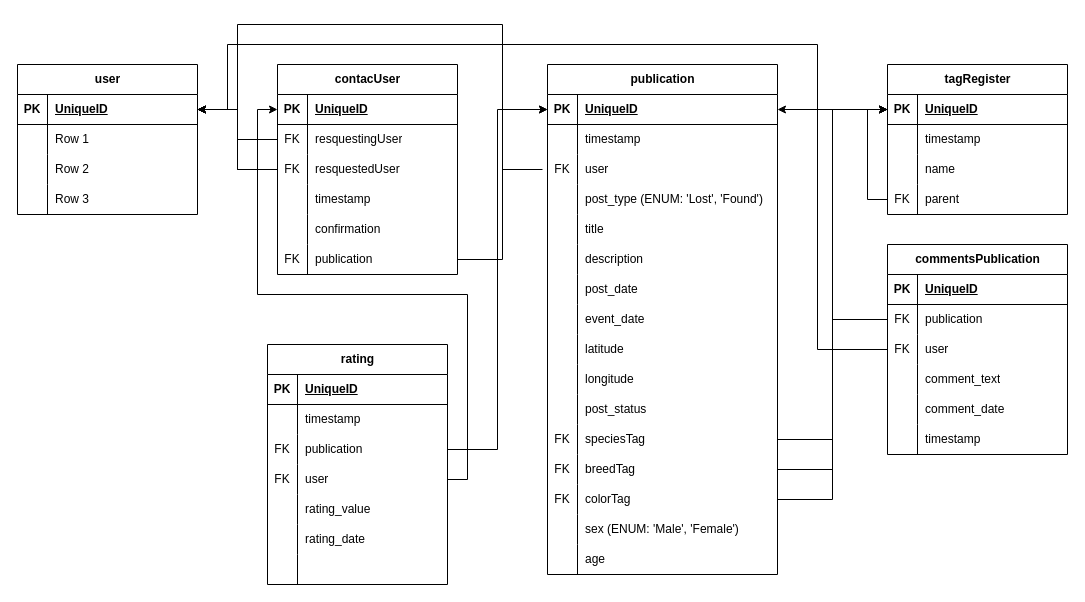
Earlier version of the draw.io diagram draw.io/base-de-datos/entidades_contacto_publicaciones.drawio (drakuno/diagramas-patitas). Source tidied: cells renumbered, new cells numbered last; positions are measured from the earlier drawing's top-left corner, leaving out a move shared by most shapes. Both pictures are drawn from the tidied source at 100%, with x=0, y=0 at pixel (17, 24).
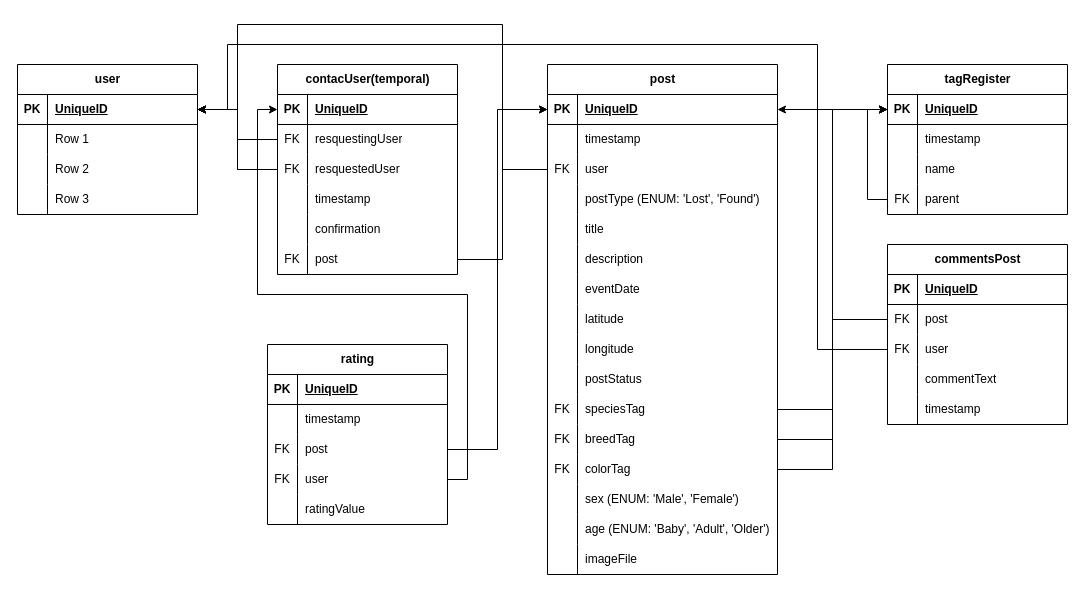
Above is the later version.

Unchanged cells that the change refers to:
```xml
<mxCell id="20" style="shape=tableRow;horizontal=0;startSize=0;swimlaneHead=0;swimlaneBody=0;fillColor=none;points=[[0,0.5],[1,0.5]];portConstraint=eastwest;top=0;left=0;right=0;bottom=0;" parent="4" vertex="1">
  <mxGeometry y="180" width="180" height="30" as="geometry" />
</mxCell>
<mxCell id="25" style="shape=tableRow;horizontal=0;startSize=0;swimlaneHead=0;swimlaneBody=0;fillColor=none;points=[[0,0.5],[1,0.5]];portConstraint=eastwest;top=0;left=0;right=0;bottom=1;" parent="24" vertex="1">
  <mxGeometry y="30" width="180" height="30" as="geometry" />
</mxCell>
<mxCell id="45" style="shape=tableRow;horizontal=0;startSize=0;swimlaneHead=0;swimlaneBody=0;fillColor=none;points=[[0,0.5],[1,0.5]];portConstraint=eastwest;top=0;left=0;right=0;bottom=0;" parent="38" vertex="1">
  <mxGeometry y="90" width="230" height="30" as="geometry" />
</mxCell>
<mxCell id="48" style="shape=tableRow;horizontal=0;startSize=0;swimlaneHead=0;swimlaneBody=0;fillColor=none;top=0;left=0;right=0;bottom=0;" parent="38" vertex="1">
  <mxGeometry y="120" width="230" height="30" as="geometry" />
</mxCell>
<mxCell id="109" style="shape=tableRow;horizontal=0;startSize=0;swimlaneHead=0;swimlaneBody=0;fillColor=none;points=[[0,0.5],[1,0.5]];portConstraint=eastwest;top=0;left=0;right=0;bottom=0;" parent="105" vertex="1">
  <mxGeometry y="60" width="180" height="30" as="geometry" />
</mxCell>
<mxCell id="115" style="shape=tableRow;horizontal=0;startSize=0;swimlaneHead=0;swimlaneBody=0;fillColor=none;top=0;left=0;right=0;bottom=0;" parent="105" vertex="1">
  <mxGeometry y="120" width="180" height="30" as="geometry" />
</mxCell>
<mxCell id="132" style="shape=tableRow;horizontal=0;startSize=0;swimlaneHead=0;swimlaneBody=0;fillColor=none;points=[[0,0.5],[1,0.5]];portConstraint=eastwest;top=0;left=0;right=0;bottom=0;" parent="125" vertex="1">
  <mxGeometry y="90" width="180" height="30" as="geometry" />
</mxCell>
<mxCell id="138" style="shape=tableRow;horizontal=0;startSize=0;swimlaneHead=0;swimlaneBody=0;fillColor=none;top=0;left=0;right=0;bottom=0;" parent="125" vertex="1">
  <mxGeometry y="150" width="180" height="30" as="geometry" />
</mxCell>
```

What changed in the source:
```diff
@@
-    <mxCell id="4" value="contacUser" style="shape=table;startSize=30;childLayout=tableLayout;rowLines=0;fontStyle=1;align=center;html=1;" parent="1" vertex="1">
+    <mxCell id="4" value="contacUser(temporal)" style="shape=table;startSize=30;childLayout=tableLayout;rowLines=0;fontStyle=1;align=center;html=1;" parent="1" vertex="1">
       <mxGeometry x="260" y="40" width="180" height="210" as="geometry" />
     </mxCell>
@@
-    <mxCell id="22" value="publication" style="shape=partialRectangle;fillColor=none;top=0;left=0;bottom=0;right=0;align=left;spacingLeft=6;overflow=hidden;whiteSpace=wrap;html=1;" parent="20" vertex="1">
+    <mxCell id="22" value="post" style="shape=partialRectangle;fillColor=none;top=0;left=0;bottom=0;right=0;align=left;spacingLeft=6;overflow=hidden;whiteSpace=wrap;html=1;" parent="20" vertex="1">
       <mxGeometry x="30" width="150" height="30" as="geometry" />
     </mxCell>
@@
-    <mxCell id="38" value="publication" style="shape=table;startSize=30;childLayout=tableLayout;rowLines=0;fontStyle=1;align=center;html=1;" parent="1" vertex="1">
+    <mxCell id="38" value="post" style="shape=table;startSize=30;childLayout=tableLayout;rowLines=0;fontStyle=1;align=center;html=1;" parent="1" vertex="1">
       <mxGeometry x="530" y="40" width="230" height="510" as="geometry" />
     </mxCell>
@@
-    <mxCell id="50" value="post_type (ENUM: 'Lost', 'Found')" style="shape=partialRectangle;fillColor=none;top=0;left=0;bottom=0;right=0;align=left;spacingLeft=6;overflow=hidden;whiteSpace=wrap;html=1;" parent="48" vertex="1">
+    <mxCell id="50" value="postType (ENUM: 'Lost', 'Found')" style="shape=partialRectangle;fillColor=none;top=0;left=0;bottom=0;right=0;align=left;spacingLeft=6;overflow=hidden;whiteSpace=wrap;html=1;" parent="48" vertex="1">
       <mxGeometry x="30" width="200" height="30" as="geometry" />
     </mxCell>
@@
-    <mxCell id="57" style="shape=tableRow;horizontal=0;startSize=0;swimlaneHead=0;swimlaneBody=0;fillColor=none;top=0;left=0;right=0;bottom=0;" parent="38" vertex="1">
-      <mxGeometry y="210" width="230" height="30" as="geometry" />
-    </mxCell>
-    <mxCell id="58" style="shape=partialRectangle;fillColor=none;top=0;left=0;bottom=0;right=0;overflow=hidden;whiteSpace=wrap;html=1;" parent="57" vertex="1">
-      <mxGeometry width="30" height="30" as="geometry" />
-    </mxCell>
-    <mxCell id="59" value="post_date" style="shape=partialRectangle;fillColor=none;top=0;left=0;bottom=0;right=0;align=left;spacingLeft=6;overflow=hidden;whiteSpace=wrap;html=1;" parent="57" vertex="1">
-      <mxGeometry x="30" width="200" height="30" as="geometry" />
-    </mxCell>
     <mxCell id="60" style="shape=tableRow;horizontal=0;startSize=0;swimlaneHead=0;swimlaneBody=0;fillColor=none;top=0;left=0;right=0;bottom=0;" parent="38" vertex="1">
-      <mxGeometry y="240" width="230" height="30" as="geometry" />
+      <mxGeometry y="210" width="230" height="30" as="geometry" />
     </mxCell>
@@
-    <mxCell id="62" value="event_date" style="shape=partialRectangle;fillColor=none;top=0;left=0;bottom=0;right=0;align=left;spacingLeft=6;overflow=hidden;whiteSpace=wrap;html=1;" parent="60" vertex="1">
+    <mxCell id="62" value="eventDate" style="shape=partialRectangle;fillColor=none;top=0;left=0;bottom=0;right=0;align=left;spacingLeft=6;overflow=hidden;whiteSpace=wrap;html=1;" parent="60" vertex="1">
       <mxGeometry x="30" width="200" height="30" as="geometry" />
     </mxCell>
     <mxCell id="63" style="shape=tableRow;horizontal=0;startSize=0;swimlaneHead=0;swimlaneBody=0;fillColor=none;top=0;left=0;right=0;bottom=0;" parent="38" vertex="1">
-      <mxGeometry y="270" width="230" height="30" as="geometry" />
+      <mxGeometry y="240" width="230" height="30" as="geometry" />
     </mxCell>
@@
     <mxCell id="66" style="shape=tableRow;horizontal=0;startSize=0;swimlaneHead=0;swimlaneBody=0;fillColor=none;top=0;left=0;right=0;bottom=0;" parent="38" vertex="1">
-      <mxGeometry y="300" width="230" height="30" as="geometry" />
+      <mxGeometry y="270" width="230" height="30" as="geometry" />
     </mxCell>
@@
     <mxCell id="69" style="shape=tableRow;horizontal=0;startSize=0;swimlaneHead=0;swimlaneBody=0;fillColor=none;top=0;left=0;right=0;bottom=0;" parent="38" vertex="1">
-      <mxGeometry y="330" width="230" height="30" as="geometry" />
+      <mxGeometry y="300" width="230" height="30" as="geometry" />
     </mxCell>
@@
-    <mxCell id="71" value="post_status" style="shape=partialRectangle;fillColor=none;top=0;left=0;bottom=0;right=0;align=left;spacingLeft=6;overflow=hidden;whiteSpace=wrap;html=1;" parent="69" vertex="1">
+    <mxCell id="71" value="postStatus" style="shape=partialRectangle;fillColor=none;top=0;left=0;bottom=0;right=0;align=left;spacingLeft=6;overflow=hidden;whiteSpace=wrap;html=1;" parent="69" vertex="1">
       <mxGeometry x="30" width="200" height="30" as="geometry" />
     </mxCell>
     <mxCell id="72" style="shape=tableRow;horizontal=0;startSize=0;swimlaneHead=0;swimlaneBody=0;fillColor=none;points=[[0,0.5],[1,0.5]];portConstraint=eastwest;top=0;left=0;right=0;bottom=0;" parent="38" vertex="1">
-      <mxGeometry y="360" width="230" height="30" as="geometry" />
+      <mxGeometry y="330" width="230" height="30" as="geometry" />
     </mxCell>
@@
     <mxCell id="75" style="shape=tableRow;horizontal=0;startSize=0;swimlaneHead=0;swimlaneBody=0;fillColor=none;points=[[0,0.5],[1,0.5]];portConstraint=eastwest;top=0;left=0;right=0;bottom=0;" parent="38" vertex="1">
-      <mxGeometry y="390" width="230" height="30" as="geometry" />
+      <mxGeometry y="360" width="230" height="30" as="geometry" />
     </mxCell>
@@
     <mxCell id="78" style="shape=tableRow;horizontal=0;startSize=0;swimlaneHead=0;swimlaneBody=0;fillColor=none;points=[[0,0.5],[1,0.5]];portConstraint=eastwest;top=0;left=0;right=0;bottom=0;" parent="38" vertex="1">
-      <mxGeometry y="420" width="230" height="30" as="geometry" />
+      <mxGeometry y="390" width="230" height="30" as="geometry" />
     </mxCell>
@@
     <mxCell id="81" style="shape=tableRow;horizontal=0;startSize=0;swimlaneHead=0;swimlaneBody=0;fillColor=none;top=0;left=0;right=0;bottom=0;" parent="38" vertex="1">
-      <mxGeometry y="450" width="230" height="30" as="geometry" />
+      <mxGeometry y="420" width="230" height="30" as="geometry" />
     </mxCell>
@@
     <mxCell id="84" style="shape=tableRow;horizontal=0;startSize=0;swimlaneHead=0;swimlaneBody=0;fillColor=none;top=0;left=0;right=0;bottom=0;" parent="38" vertex="1">
-      <mxGeometry y="480" width="230" height="30" as="geometry" />
+      <mxGeometry y="450" width="230" height="30" as="geometry" />
     </mxCell>
@@
-    <mxCell id="86" value="age" style="shape=partialRectangle;fillColor=none;top=0;left=0;bottom=0;right=0;align=left;spacingLeft=6;overflow=hidden;whiteSpace=wrap;html=1;" parent="84" vertex="1">
+    <mxCell id="86" value="age (ENUM: 'Baby', 'Adult', 'Older')" style="shape=partialRectangle;fillColor=none;top=0;left=0;bottom=0;right=0;align=left;spacingLeft=6;overflow=hidden;whiteSpace=wrap;html=1;" parent="84" vertex="1">
       <mxGeometry x="30" width="200" height="30" as="geometry" />
     </mxCell>
+    <mxCell id="150" style="shape=tableRow;horizontal=0;startSize=0;swimlaneHead=0;swimlaneBody=0;fillColor=none;top=0;left=0;right=0;bottom=0;" parent="38" vertex="1">
+      <mxGeometry y="480" width="230" height="30" as="geometry" />
+    </mxCell>
+    <mxCell id="151" style="shape=partialRectangle;fillColor=none;top=0;left=0;bottom=0;right=0;overflow=hidden;whiteSpace=wrap;html=1;" parent="150" vertex="1">
+      <mxGeometry width="30" height="30" as="geometry" />
+    </mxCell>
+    <mxCell id="152" value="imageFile" style="shape=partialRectangle;fillColor=none;top=0;left=0;bottom=0;right=0;align=left;spacingLeft=6;overflow=hidden;whiteSpace=wrap;html=1;" parent="150" vertex="1">
+      <mxGeometry x="30" width="200" height="30" as="geometry" />
+    </mxCell>
@@
-    <mxCell id="101" style="edgeStyle=orthogonalEdgeStyle;rounded=0;jettySize=auto;html=1;entryX=1;entryY=0.5;entryDx=0;entryDy=0;" parent="1" edge="1" target="25">
+    <mxCell id="101" style="edgeStyle=orthogonalEdgeStyle;rounded=0;jettySize=auto;html=1;entryX=1;entryY=0.5;entryDx=0;entryDy=0;exitX=0;exitY=0.5;exitDx=0;exitDy=0;" parent="1" edge="1" source="45" target="25">
       <mxGeometry relative="1" as="geometry">
-        <mxPoint x="525" y="145" as="sourcePoint" />
         <Array as="points">
           <mxPoint x="485" y="145" />
           <mxPoint x="485" />
           <mxPoint x="220" />
           <mxPoint x="220" y="85" />
         </Array>
       </mxGeometry>
     </mxCell>
@@
-    <mxCell id="105" value="commentsPublication" style="shape=table;startSize=30;childLayout=tableLayout;rowLines=0;fontStyle=1;align=center;html=1;" parent="1" vertex="1">
-      <mxGeometry x="870" y="220" width="180" height="210" as="geometry" />
+    <mxCell id="105" value="commentsPost" style="shape=table;startSize=30;childLayout=tableLayout;rowLines=0;fontStyle=1;align=center;html=1;" parent="1" vertex="1">
+      <mxGeometry x="870" y="220" width="180" height="180" as="geometry" />
     </mxCell>
@@
-    <mxCell id="111" value="publication" style="shape=partialRectangle;fillColor=none;top=0;left=0;bottom=0;right=0;align=left;spacingLeft=6;overflow=hidden;whiteSpace=wrap;html=1;" parent="109" vertex="1">
+    <mxCell id="111" value="post" style="shape=partialRectangle;fillColor=none;top=0;left=0;bottom=0;right=0;align=left;spacingLeft=6;overflow=hidden;whiteSpace=wrap;html=1;" parent="109" vertex="1">
       <mxGeometry x="30" width="150" height="30" as="geometry" />
     </mxCell>
@@
-    <mxCell id="117" value="comment_text" style="shape=partialRectangle;fillColor=none;top=0;left=0;bottom=0;right=0;align=left;spacingLeft=6;overflow=hidden;whiteSpace=wrap;html=1;" parent="115" vertex="1">
+    <mxCell id="117" value="commentText" style="shape=partialRectangle;fillColor=none;top=0;left=0;bottom=0;right=0;align=left;spacingLeft=6;overflow=hidden;whiteSpace=wrap;html=1;" parent="115" vertex="1">
       <mxGeometry x="30" width="150" height="30" as="geometry" />
     </mxCell>
-    <mxCell id="118" style="shape=tableRow;horizontal=0;startSize=0;swimlaneHead=0;swimlaneBody=0;fillColor=none;top=0;left=0;right=0;bottom=0;" parent="105" vertex="1">
-      <mxGeometry y="150" width="180" height="30" as="geometry" />
-    </mxCell>
-    <mxCell id="119" style="shape=partialRectangle;fillColor=none;top=0;left=0;bottom=0;right=0;overflow=hidden;whiteSpace=wrap;html=1;" parent="118" vertex="1">
-      <mxGeometry width="30" height="30" as="geometry" />
-    </mxCell>
-    <mxCell id="120" value="comment_date" style="shape=partialRectangle;fillColor=none;top=0;left=0;bottom=0;right=0;align=left;spacingLeft=6;overflow=hidden;whiteSpace=wrap;html=1;" parent="118" vertex="1">
-      <mxGeometry x="30" width="150" height="30" as="geometry" />
-    </mxCell>
     <mxCell id="121" style="shape=tableRow;horizontal=0;startSize=0;swimlaneHead=0;swimlaneBody=0;fillColor=none;top=0;left=0;right=0;bottom=0;" parent="105" vertex="1">
-      <mxGeometry y="180" width="180" height="30" as="geometry" />
+      <mxGeometry y="150" width="180" height="30" as="geometry" />
     </mxCell>
@@
     <mxCell id="125" value="rating" style="shape=table;startSize=30;childLayout=tableLayout;rowLines=0;fontStyle=1;align=center;html=1;" parent="1" vertex="1">
-      <mxGeometry x="250" y="320" width="180" height="240" as="geometry" />
+      <mxGeometry x="250" y="320" width="180" height="180" as="geometry" />
     </mxCell>
@@
-    <mxCell id="134" value="publication" style="shape=partialRectangle;fillColor=none;top=0;left=0;bottom=0;right=0;align=left;spacingLeft=6;overflow=hidden;whiteSpace=wrap;html=1;" parent="132" vertex="1">
+    <mxCell id="134" value="post" style="shape=partialRectangle;fillColor=none;top=0;left=0;bottom=0;right=0;align=left;spacingLeft=6;overflow=hidden;whiteSpace=wrap;html=1;" parent="132" vertex="1">
       <mxGeometry x="30" width="150" height="30" as="geometry" />
     </mxCell>
@@
-    <mxCell id="140" value="rating_value" style="shape=partialRectangle;fillColor=none;top=0;left=0;bottom=0;right=0;align=left;spacingLeft=6;overflow=hidden;whiteSpace=wrap;html=1;" parent="138" vertex="1">
+    <mxCell id="140" value="ratingValue" style="shape=partialRectangle;fillColor=none;top=0;left=0;bottom=0;right=0;align=left;spacingLeft=6;overflow=hidden;whiteSpace=wrap;html=1;" parent="138" vertex="1">
       <mxGeometry x="30" width="150" height="30" as="geometry" />
     </mxCell>
-    <mxCell id="141" style="shape=tableRow;horizontal=0;startSize=0;swimlaneHead=0;swimlaneBody=0;fillColor=none;top=0;left=0;right=0;bottom=0;" parent="125" vertex="1">
-      <mxGeometry y="180" width="180" height="30" as="geometry" />
-    </mxCell>
-    <mxCell id="142" style="shape=partialRectangle;fillColor=none;top=0;left=0;bottom=0;right=0;overflow=hidden;whiteSpace=wrap;html=1;" parent="141" vertex="1">
-      <mxGeometry width="30" height="30" as="geometry" />
-    </mxCell>
-    <mxCell id="143" value="rating_date" style="shape=partialRectangle;fillColor=none;top=0;left=0;bottom=0;right=0;align=left;spacingLeft=6;overflow=hidden;whiteSpace=wrap;html=1;" parent="141" vertex="1">
-      <mxGeometry x="30" width="150" height="30" as="geometry" />
-    </mxCell>
-    <mxCell id="144" style="shape=tableRow;horizontal=0;startSize=0;swimlaneHead=0;swimlaneBody=0;fillColor=none;top=0;left=0;right=0;bottom=0;" parent="125" vertex="1">
-      <mxGeometry y="210" width="180" height="30" as="geometry" />
-    </mxCell>
-    <mxCell id="145" style="shape=partialRectangle;fillColor=none;top=0;left=0;bottom=0;right=0;overflow=hidden;whiteSpace=wrap;html=1;" parent="144" vertex="1">
-      <mxGeometry width="30" height="30" as="geometry" />
-    </mxCell>
-    <mxCell id="146" style="shape=partialRectangle;fillColor=none;top=0;left=0;bottom=0;right=0;align=left;spacingLeft=6;overflow=hidden;whiteSpace=wrap;html=1;" parent="144" vertex="1">
-      <mxGeometry x="30" width="150" height="30" as="geometry" />
-    </mxCell>
```
